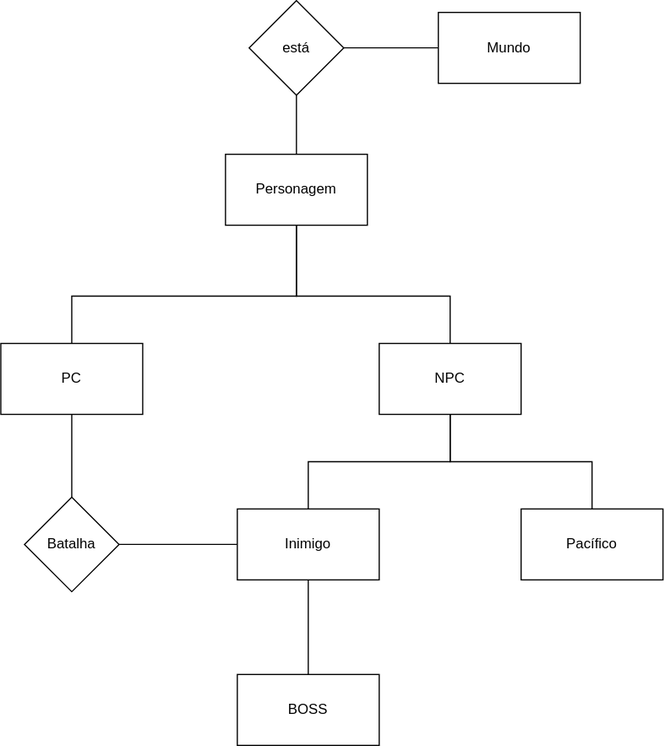
Before: docs/modulo_01/DER.drawio.svg, a diagram exported from draw.io (SBD1/2024.2-D-D-classico). Source tidied: cells renumbered, new cells last; positions are measured from the earlier drawing's top-left corner, leaving out a move shared by most shapes.
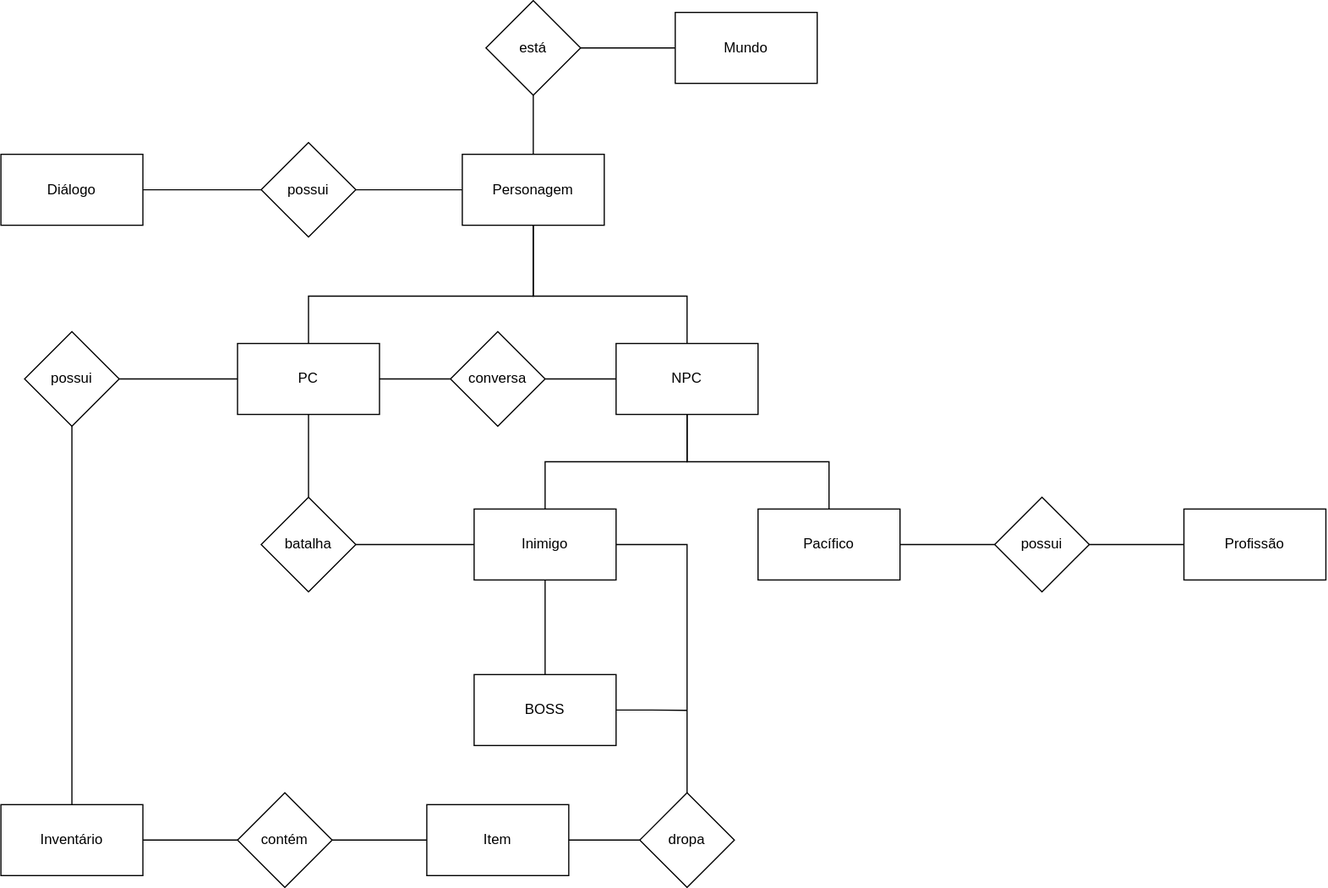
After the commit.

Commit message:
Adiciona inventario ao pc

What changed in the source:
```diff
@@ -30,6 +30,9 @@
         </Array>
       </mxGeometry>
     </mxCell>
+    <mxCell id="20" style="edgeStyle=orthogonalEdgeStyle;rounded=0;jettySize=auto;html=1;endArrow=none;endFill=0;" parent="1" edge="1" source="8" target="36">
+      <mxGeometry relative="1" as="geometry" />
+    </mxCell>
     <mxCell id="8" value="Personagem" style="whiteSpace=wrap;html=1;rounded=0;" parent="1" vertex="1">
       <mxGeometry x="190" y="130" width="120" height="60" as="geometry" />
     </mxCell>
@@ -40,6 +43,12 @@
         </Array>
       </mxGeometry>
     </mxCell>
+    <mxCell id="21" style="edgeStyle=orthogonalEdgeStyle;rounded=0;jettySize=auto;html=1;endArrow=none;endFill=0;" parent="1" edge="1" source="10" target="27">
+      <mxGeometry relative="1" as="geometry" />
+    </mxCell>
+    <mxCell id="22" style="edgeStyle=orthogonalEdgeStyle;rounded=0;jettySize=auto;html=1;endArrow=none;endFill=0;" parent="1" edge="1" source="10" target="39">
+      <mxGeometry relative="1" as="geometry" />
+    </mxCell>
     <mxCell id="10" value="PC" style="whiteSpace=wrap;html=1;rounded=0;" parent="1" vertex="1">
       <mxGeometry y="290" width="120" height="60" as="geometry" />
     </mxCell>
@@ -55,20 +64,82 @@
     <mxCell id="14" style="edgeStyle=orthogonalEdgeStyle;rounded=0;jettySize=auto;html=1;endArrow=none;endFill=0;" parent="1" edge="1" source="15" target="19">
       <mxGeometry relative="1" as="geometry" />
     </mxCell>
+    <mxCell id="23" style="edgeStyle=orthogonalEdgeStyle;rounded=0;jettySize=auto;html=1;endArrow=none;endFill=0;" parent="1" edge="1" source="15" target="31">
+      <mxGeometry relative="1" as="geometry" />
+    </mxCell>
     <mxCell id="15" value="Inimigo" style="whiteSpace=wrap;html=1;rounded=0;" parent="1" vertex="1">
       <mxGeometry x="200" y="430" width="120" height="60" as="geometry" />
     </mxCell>
+    <mxCell id="24" style="edgeStyle=orthogonalEdgeStyle;rounded=0;jettySize=auto;html=1;endArrow=none;endFill=0;" parent="1" edge="1" source="16" target="41">
+      <mxGeometry relative="1" as="geometry" />
+    </mxCell>
     <mxCell id="16" value="Pacífico" style="whiteSpace=wrap;html=1;rounded=0;" parent="1" vertex="1">
       <mxGeometry x="440" y="430" width="120" height="60" as="geometry" />
     </mxCell>
     <mxCell id="17" style="edgeStyle=orthogonalEdgeStyle;rounded=0;jettySize=auto;html=1;exitX=1;exitY=0.5;exitDx=0;exitDy=0;entryX=0;entryY=0.5;entryDx=0;entryDy=0;endArrow=none;endFill=0;" parent="1" edge="1" source="18" target="15">
       <mxGeometry relative="1" as="geometry" />
     </mxCell>
-    <mxCell id="18" value="Batalha" style="rhombus;whiteSpace=wrap;html=1;rounded=0;" parent="1" vertex="1">
+    <mxCell id="18" value="batalha" style="rhombus;whiteSpace=wrap;html=1;rounded=0;" parent="1" vertex="1">
       <mxGeometry x="20" y="420" width="80" height="80" as="geometry" />
     </mxCell>
+    <mxCell id="25" style="edgeStyle=orthogonalEdgeStyle;rounded=0;jettySize=auto;html=1;exitX=1;exitY=0.5;exitDx=0;exitDy=0;endArrow=none;endFill=0;" parent="1" edge="1" source="19">
+      <mxGeometry relative="1" as="geometry">
+        <mxPoint x="380" y="600.2" as="targetPoint" />
+      </mxGeometry>
+    </mxCell>
     <mxCell id="19" value="BOSS" style="whiteSpace=wrap;html=1;rounded=0;" parent="1" vertex="1">
       <mxGeometry x="200" y="570" width="120" height="60" as="geometry" />
     </mxCell>
+    <mxCell id="26" style="edgeStyle=orthogonalEdgeStyle;rounded=0;jettySize=auto;html=1;endArrow=none;endFill=0;" parent="1" edge="1" source="27" target="29">
+      <mxGeometry relative="1" as="geometry" />
+    </mxCell>
+    <mxCell id="27" value="possui" style="rhombus;whiteSpace=wrap;html=1;rounded=0;" parent="1" vertex="1">
+      <mxGeometry x="-180" y="280" width="80" height="80" as="geometry" />
+    </mxCell>
+    <mxCell id="28" style="edgeStyle=orthogonalEdgeStyle;rounded=0;jettySize=auto;html=1;endArrow=none;endFill=0;" parent="1" edge="1" source="29" target="34">
+      <mxGeometry relative="1" as="geometry" />
+    </mxCell>
+    <mxCell id="29" value="Inventário" style="whiteSpace=wrap;html=1;rounded=0;" parent="1" vertex="1">
+      <mxGeometry x="-200" y="680" width="120" height="60" as="geometry" />
+    </mxCell>
+    <mxCell id="30" style="edgeStyle=orthogonalEdgeStyle;rounded=0;jettySize=auto;html=1;endArrow=none;endFill=0;" parent="1" edge="1" source="31" target="32">
+      <mxGeometry relative="1" as="geometry" />
+    </mxCell>
+    <mxCell id="31" value="dropa" style="rhombus;whiteSpace=wrap;html=1;rounded=0;" parent="1" vertex="1">
+      <mxGeometry x="340" y="670" width="80" height="80" as="geometry" />
+    </mxCell>
+    <mxCell id="32" value="Item" style="whiteSpace=wrap;html=1;rounded=0;" parent="1" vertex="1">
+      <mxGeometry x="160" y="680" width="120" height="60" as="geometry" />
+    </mxCell>
+    <mxCell id="33" style="edgeStyle=orthogonalEdgeStyle;rounded=0;jettySize=auto;html=1;exitX=1;exitY=0.5;exitDx=0;exitDy=0;entryX=0;entryY=0.5;entryDx=0;entryDy=0;endArrow=none;endFill=0;" parent="1" edge="1" source="34" target="32">
+      <mxGeometry relative="1" as="geometry" />
+    </mxCell>
+    <mxCell id="34" value="contém" style="rhombus;whiteSpace=wrap;html=1;rounded=0;" parent="1" vertex="1">
+      <mxGeometry y="670" width="80" height="80" as="geometry" />
+    </mxCell>
+    <mxCell id="35" style="edgeStyle=orthogonalEdgeStyle;rounded=0;jettySize=auto;html=1;endArrow=none;endFill=0;" parent="1" edge="1" source="36" target="37">
+      <mxGeometry relative="1" as="geometry" />
+    </mxCell>
+    <mxCell id="36" value="possui" style="rhombus;whiteSpace=wrap;html=1;rounded=0;" parent="1" vertex="1">
+      <mxGeometry x="20" y="120" width="80" height="80" as="geometry" />
+    </mxCell>
+    <mxCell id="37" value="Diálogo" style="whiteSpace=wrap;html=1;rounded=0;" parent="1" vertex="1">
+      <mxGeometry x="-200" y="130" width="120" height="60" as="geometry" />
+    </mxCell>
+    <mxCell id="38" style="edgeStyle=orthogonalEdgeStyle;rounded=0;jettySize=auto;html=1;exitX=1;exitY=0.5;exitDx=0;exitDy=0;entryX=0;entryY=0.5;entryDx=0;entryDy=0;endArrow=none;endFill=0;" parent="1" edge="1" source="39" target="13">
+      <mxGeometry relative="1" as="geometry" />
+    </mxCell>
+    <mxCell id="39" value="conversa" style="rhombus;whiteSpace=wrap;html=1;rounded=0;" parent="1" vertex="1">
+      <mxGeometry x="180" y="280" width="80" height="80" as="geometry" />
+    </mxCell>
+    <mxCell id="40" style="edgeStyle=orthogonalEdgeStyle;rounded=0;jettySize=auto;html=1;endArrow=none;endFill=0;" parent="1" edge="1" source="41" target="42">
+      <mxGeometry relative="1" as="geometry" />
+    </mxCell>
+    <mxCell id="41" value="possui" style="rhombus;whiteSpace=wrap;html=1;rounded=0;" parent="1" vertex="1">
+      <mxGeometry x="640" y="420" width="80" height="80" as="geometry" />
+    </mxCell>
+    <mxCell id="42" value="Profissão" style="whiteSpace=wrap;html=1;rounded=0;" parent="1" vertex="1">
+      <mxGeometry x="800" y="430" width="120" height="60" as="geometry" />
+    </mxCell>
   </root>
 </mxGraphModel>
```
